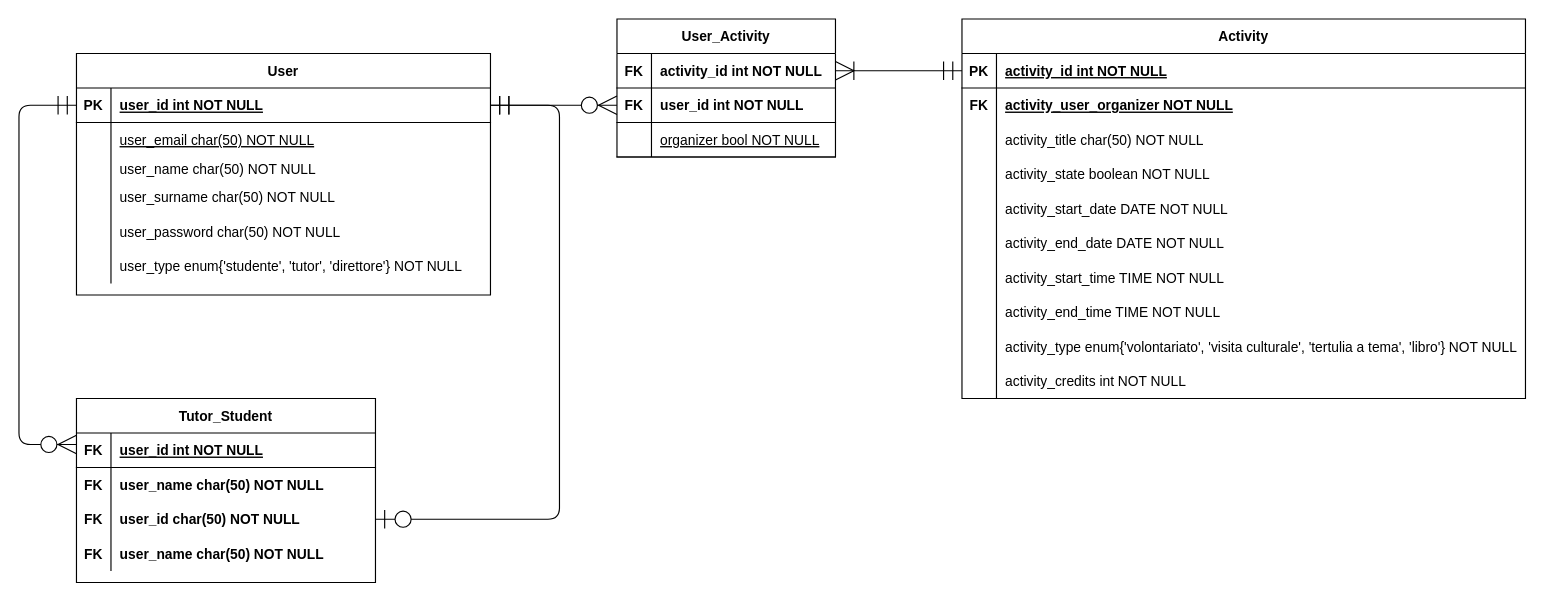
Vincenzo-Maria-Caladra/Prova-Finale-Ingegneria-del-Software keeps this draw.io diagram as ER_DB_Diagram.drawio. Above is the earlier version. Source tidied: cells renumbered, new cells numbered last; positions are measured from the earlier drawing's top-left corner, leaving out a move shared by most shapes. Both pictures are drawn from the tidied source at 115%, with x=0, y=0 at pixel (18, 18).
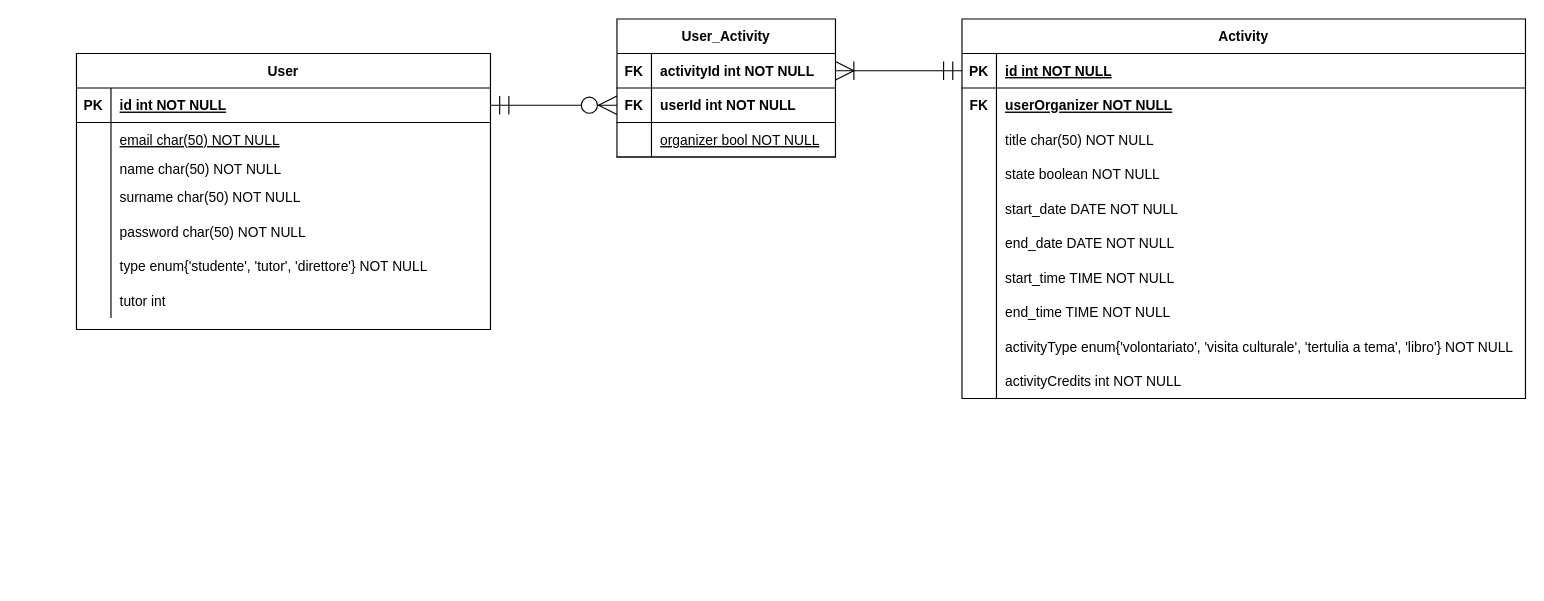
The same diagram, later.

Unchanged cells that the change refers to:
```xml
<mxCell id="3" style="shape=partialRectangle;fillColor=none;top=0;left=0;bottom=1;right=0;points=[[0,0.5],[1,0.5]];portConstraint=eastwest;fontStyle=0;" parent="2" vertex="1">
  <mxGeometry y="30" width="490" height="30" as="geometry" />
</mxCell>
<mxCell id="6" style="shape=partialRectangle;fillColor=none;top=0;left=0;bottom=0;right=0;fontStyle=0;" parent="2" vertex="1">
  <mxGeometry y="60" width="490" height="30" as="geometry" />
</mxCell>
<mxCell id="9" style="shape=partialRectangle;fillColor=none;top=0;left=0;bottom=0;right=0;fontStyle=0;" parent="2" vertex="1">
  <mxGeometry y="90" width="490" height="30" as="geometry" />
</mxCell>
<mxCell id="12" style="shape=partialRectangle;fillColor=none;top=0;left=0;bottom=0;right=0;fontStyle=0;" parent="2" vertex="1">
  <mxGeometry y="120" width="490" height="30" as="geometry" />
</mxCell>
<mxCell id="15" style="shape=partialRectangle;fillColor=none;top=0;left=0;bottom=0;right=0;fontStyle=0;" parent="2" vertex="1">
  <mxGeometry y="150" width="490" height="30" as="geometry" />
</mxCell>
<mxCell id="18" style="shape=partialRectangle;fillColor=none;top=0;left=0;bottom=0;right=0;fontStyle=0;" parent="2" vertex="1">
  <mxGeometry y="180" width="490" height="30" as="geometry" />
</mxCell>
<mxCell id="21" style="shape=partialRectangle;fillColor=none;top=0;left=0;bottom=0;right=0;fontStyle=0;" parent="2" vertex="1">
  <mxGeometry y="210" width="490" height="30" as="geometry" />
</mxCell>
<mxCell id="24" style="shape=partialRectangle;fillColor=none;top=0;left=0;bottom=0;right=0;fontStyle=0;" parent="2" vertex="1">
  <mxGeometry y="240" width="490" height="30" as="geometry" />
</mxCell>
<mxCell id="27" style="shape=partialRectangle;fillColor=none;top=0;left=0;bottom=0;right=0;fontStyle=0;" parent="2" vertex="1">
  <mxGeometry y="270" width="490" height="30" as="geometry" />
</mxCell>
<mxCell id="30" style="shape=partialRectangle;fillColor=none;top=0;left=0;bottom=0;right=0;fontStyle=0;" parent="2" vertex="1">
  <mxGeometry y="300" width="490" height="30" as="geometry" />
</mxCell>
<mxCell id="47" style="shape=partialRectangle;fillColor=none;points=[[0,0.5],[1,0.5]];portConstraint=eastwest;top=0;left=0;right=0;bottom=1;" parent="46" vertex="1">
  <mxGeometry y="30" width="360" height="30" as="geometry" />
</mxCell>
<mxCell id="50" style="shape=partialRectangle;fillColor=none;top=0;left=0;right=0;bottom=0;" parent="46" vertex="1">
  <mxGeometry y="60" width="360" height="30" as="geometry" />
</mxCell>
<mxCell id="53" style="shape=partialRectangle;fillColor=none;top=0;left=0;right=0;bottom=0;" parent="46" vertex="1">
  <mxGeometry y="90" width="360" height="20" as="geometry" />
</mxCell>
<mxCell id="56" style="shape=partialRectangle;fillColor=none;top=0;left=0;right=0;bottom=0;" parent="46" vertex="1">
  <mxGeometry y="110" width="360" height="30" as="geometry" />
</mxCell>
<mxCell id="59" style="shape=partialRectangle;fillColor=none;top=0;left=0;right=0;bottom=0;" parent="46" vertex="1">
  <mxGeometry y="140" width="360" height="30" as="geometry" />
</mxCell>
<mxCell id="62" style="shape=partialRectangle;fillColor=none;top=0;left=0;right=0;bottom=0;" parent="46" vertex="1">
  <mxGeometry y="170" width="360" height="30" as="geometry" />
</mxCell>
<mxCell id="66" style="shape=partialRectangle;fillColor=none;top=0;left=0;bottom=1;right=0;points=[[0,0.5],[1,0.5]];portConstraint=eastwest;" parent="65" vertex="1">
  <mxGeometry y="30" width="190" height="30" as="geometry" />
</mxCell>
<mxCell id="69" style="shape=partialRectangle;fillColor=none;top=0;left=0;bottom=1;right=0;points=[[0,0.5],[1,0.5]];portConstraint=eastwest;" parent="65" vertex="1">
  <mxGeometry y="60" width="190" height="30" as="geometry" />
</mxCell>
```

Change to the diagram source:
```diff
@@
-    <mxCell id="5" value="activity_id int NOT NULL" style="shape=partialRectangle;fillColor=none;top=0;left=0;bottom=0;right=0;align=left;spacingLeft=6;fontStyle=5;overflow=hidden;" parent="3" vertex="1">
+    <mxCell id="5" value="id int NOT NULL" style="shape=partialRectangle;fillColor=none;top=0;left=0;bottom=0;right=0;align=left;spacingLeft=6;fontStyle=5;overflow=hidden;" parent="3" vertex="1">
       <mxGeometry x="30" width="460" height="30" as="geometry" />
     </mxCell>
@@
-    <mxCell id="8" value="activity_user_organizer NOT NULL" style="shape=partialRectangle;fillColor=none;top=0;left=0;bottom=0;right=0;align=left;spacingLeft=6;overflow=hidden;fontStyle=5;" parent="6" vertex="1">
+    <mxCell id="8" value="userOrganizer NOT NULL" style="shape=partialRectangle;fillColor=none;top=0;left=0;bottom=0;right=0;align=left;spacingLeft=6;overflow=hidden;fontStyle=5;" parent="6" vertex="1">
       <mxGeometry x="30" width="460" height="30" as="geometry" />
     </mxCell>
@@
-    <mxCell id="11" value="activity_title char(50) NOT NULL" style="shape=partialRectangle;fillColor=none;top=0;left=0;bottom=0;right=0;align=left;spacingLeft=6;overflow=hidden;fontStyle=0;" parent="9" vertex="1">
+    <mxCell id="11" value="title char(50) NOT NULL" style="shape=partialRectangle;fillColor=none;top=0;left=0;bottom=0;right=0;align=left;spacingLeft=6;overflow=hidden;fontStyle=0;" parent="9" vertex="1">
       <mxGeometry x="30" width="460" height="30" as="geometry" />
     </mxCell>
@@
-    <mxCell id="14" value="activity_state boolean NOT NULL" style="shape=partialRectangle;fillColor=none;top=0;left=0;bottom=0;right=0;align=left;spacingLeft=6;overflow=hidden;fontStyle=0;" parent="12" vertex="1">
+    <mxCell id="14" value="state boolean NOT NULL" style="shape=partialRectangle;fillColor=none;top=0;left=0;bottom=0;right=0;align=left;spacingLeft=6;overflow=hidden;fontStyle=0;" parent="12" vertex="1">
       <mxGeometry x="30" width="460" height="30" as="geometry" />
     </mxCell>
@@
-    <mxCell id="17" value="activity_start_date DATE NOT NULL" style="shape=partialRectangle;fillColor=none;top=0;left=0;bottom=0;right=0;align=left;spacingLeft=6;overflow=hidden;fontStyle=0;" parent="15" vertex="1">
+    <mxCell id="17" value="start_date DATE NOT NULL" style="shape=partialRectangle;fillColor=none;top=0;left=0;bottom=0;right=0;align=left;spacingLeft=6;overflow=hidden;fontStyle=0;" parent="15" vertex="1">
       <mxGeometry x="30" width="460" height="30" as="geometry" />
     </mxCell>
@@
-    <mxCell id="20" value="activity_end_date DATE NOT NULL" style="shape=partialRectangle;fillColor=none;top=0;left=0;bottom=0;right=0;align=left;spacingLeft=6;overflow=hidden;fontStyle=0;" parent="18" vertex="1">
+    <mxCell id="20" value="end_date DATE NOT NULL" style="shape=partialRectangle;fillColor=none;top=0;left=0;bottom=0;right=0;align=left;spacingLeft=6;overflow=hidden;fontStyle=0;" parent="18" vertex="1">
       <mxGeometry x="30" width="460" height="30" as="geometry" />
     </mxCell>
@@
-    <mxCell id="23" value="activity_start_time TIME NOT NULL" style="shape=partialRectangle;fillColor=none;top=0;left=0;bottom=0;right=0;align=left;spacingLeft=6;overflow=hidden;fontStyle=0;" parent="21" vertex="1">
+    <mxCell id="23" value="start_time TIME NOT NULL" style="shape=partialRectangle;fillColor=none;top=0;left=0;bottom=0;right=0;align=left;spacingLeft=6;overflow=hidden;fontStyle=0;" parent="21" vertex="1">
       <mxGeometry x="30" width="460" height="30" as="geometry" />
     </mxCell>
@@
-    <mxCell id="26" value="activity_end_time TIME NOT NULL" style="shape=partialRectangle;fillColor=none;top=0;left=0;bottom=0;right=0;align=left;spacingLeft=6;overflow=hidden;fontStyle=0;" parent="24" vertex="1">
+    <mxCell id="26" value="end_time TIME NOT NULL" style="shape=partialRectangle;fillColor=none;top=0;left=0;bottom=0;right=0;align=left;spacingLeft=6;overflow=hidden;fontStyle=0;" parent="24" vertex="1">
       <mxGeometry x="30" width="460" height="30" as="geometry" />
     </mxCell>
@@
-    <mxCell id="29" value="activity_type enum{'volontariato', 'visita culturale', 'tertulia a tema', 'libro'} NOT NULL" style="shape=partialRectangle;fillColor=none;top=0;left=0;bottom=0;right=0;align=left;spacingLeft=6;overflow=hidden;fontStyle=0;" parent="27" vertex="1">
+    <mxCell id="29" value="activityType enum{'volontariato', 'visita culturale', 'tertulia a tema', 'libro'} NOT NULL" style="shape=partialRectangle;fillColor=none;top=0;left=0;bottom=0;right=0;align=left;spacingLeft=6;overflow=hidden;fontStyle=0;" parent="27" vertex="1">
       <mxGeometry x="30" width="460" height="30" as="geometry" />
     </mxCell>
@@
-    <mxCell id="32" value="activity_credits int NOT NULL" style="shape=partialRectangle;fillColor=none;top=0;left=0;bottom=0;right=0;align=left;spacingLeft=6;overflow=hidden;fontStyle=0;" parent="30" vertex="1">
+    <mxCell id="32" value="activityCredits int NOT NULL" style="shape=partialRectangle;fillColor=none;top=0;left=0;bottom=0;right=0;align=left;spacingLeft=6;overflow=hidden;fontStyle=0;" parent="30" vertex="1">
       <mxGeometry x="30" width="460" height="30" as="geometry" />
     </mxCell>
-    <mxCell id="33" value="Tutor_Student" style="shape=table;startSize=30;childLayout=tableLayout;rowLines=0;fontStyle=1;align=center;hachureGap=4;fillColor=none;" parent="1" vertex="1">
-      <mxGeometry x="50" y="330" width="260" height="160" as="geometry" />
-    </mxCell>
-    <mxCell id="34" style="shape=partialRectangle;fillColor=none;top=0;left=0;bottom=1;right=0;" parent="33" vertex="1">
-      <mxGeometry y="30" width="260" height="30" as="geometry" />
-    </mxCell>
-    <mxCell id="35" value="FK" style="shape=partialRectangle;fillColor=none;top=0;left=0;bottom=0;right=0;fontStyle=1;overflow=hidden;" parent="34" vertex="1">
-      <mxGeometry width="30" height="30" as="geometry" />
-    </mxCell>
-    <mxCell id="36" value="user_id int NOT NULL" style="shape=partialRectangle;fillColor=none;top=0;left=0;bottom=0;right=0;align=left;spacingLeft=6;fontStyle=5;overflow=hidden;" parent="34" vertex="1">
-      <mxGeometry x="30" width="230" height="30" as="geometry" />
-    </mxCell>
-    <mxCell id="37" style="shape=partialRectangle;fillColor=none;top=0;left=0;bottom=0;right=0;" parent="33" vertex="1">
-      <mxGeometry y="60" width="260" height="30" as="geometry" />
-    </mxCell>
-    <mxCell id="38" value="FK" style="shape=partialRectangle;fillColor=none;top=0;left=0;bottom=0;right=0;overflow=hidden;fontStyle=1;" parent="37" vertex="1">
-      <mxGeometry width="30" height="30" as="geometry" />
-    </mxCell>
-    <mxCell id="39" value="user_name char(50) NOT NULL" style="shape=partialRectangle;fillColor=none;top=0;left=0;bottom=0;right=0;align=left;spacingLeft=6;overflow=hidden;fontStyle=1;" parent="37" vertex="1">
-      <mxGeometry x="30" width="230" height="30" as="geometry" />
-    </mxCell>
-    <mxCell id="40" style="shape=partialRectangle;fillColor=none;top=0;left=0;bottom=0;right=0;points=[[0,0.5],[1,0.5]];portConstraint=eastwest;" parent="33" vertex="1">
-      <mxGeometry y="90" width="260" height="30" as="geometry" />
-    </mxCell>
-    <mxCell id="41" value="FK" style="shape=partialRectangle;fillColor=none;top=0;left=0;bottom=0;right=0;overflow=hidden;fontStyle=1;" parent="40" vertex="1">
-      <mxGeometry width="30" height="30" as="geometry" />
-    </mxCell>
-    <mxCell id="42" value="user_id char(50) NOT NULL" style="shape=partialRectangle;fillColor=none;top=0;left=0;bottom=0;right=0;align=left;spacingLeft=6;overflow=hidden;fontStyle=1;" parent="40" vertex="1">
-      <mxGeometry x="30" width="230" height="30" as="geometry" />
-    </mxCell>
-    <mxCell id="43" style="shape=partialRectangle;fillColor=none;top=0;left=0;bottom=0;right=0;" parent="33" vertex="1">
-      <mxGeometry y="120" width="260" height="30" as="geometry" />
-    </mxCell>
-    <mxCell id="44" value="FK" style="shape=partialRectangle;fillColor=none;top=0;left=0;bottom=0;right=0;overflow=hidden;fontStyle=1;" parent="43" vertex="1">
-      <mxGeometry width="30" height="30" as="geometry" />
-    </mxCell>
-    <mxCell id="45" value="user_name char(50) NOT NULL" style="shape=partialRectangle;fillColor=none;top=0;left=0;bottom=0;right=0;align=left;spacingLeft=6;overflow=hidden;fontStyle=1;" parent="43" vertex="1">
-      <mxGeometry x="30" width="230" height="30" as="geometry" />
-    </mxCell>
     <mxCell id="46" value="User" style="shape=table;startSize=30;childLayout=tableLayout;rowLines=0;fontStyle=1;align=center;" parent="1" vertex="1">
-      <mxGeometry x="50" y="30" width="360" height="210" as="geometry" />
+      <mxGeometry x="50" y="30" width="360" height="240" as="geometry" />
     </mxCell>
@@
-    <mxCell id="49" value="user_id int NOT NULL " style="shape=partialRectangle;overflow=hidden;fillColor=none;top=0;left=0;bottom=0;right=0;align=left;spacingLeft=6;fontStyle=5;" parent="47" vertex="1">
+    <mxCell id="49" value="id int NOT NULL " style="shape=partialRectangle;overflow=hidden;fillColor=none;top=0;left=0;bottom=0;right=0;align=left;spacingLeft=6;fontStyle=5;" parent="47" vertex="1">
       <mxGeometry x="30" width="330" height="30" as="geometry" />
     </mxCell>
@@
-    <mxCell id="52" value="user_email char(50) NOT NULL" style="shape=partialRectangle;overflow=hidden;fillColor=none;top=0;left=0;bottom=0;right=0;align=left;spacingLeft=6;fontStyle=4;" parent="50" vertex="1">
+    <mxCell id="52" value="email char(50) NOT NULL" style="shape=partialRectangle;overflow=hidden;fillColor=none;top=0;left=0;bottom=0;right=0;align=left;spacingLeft=6;fontStyle=4;" parent="50" vertex="1">
       <mxGeometry x="30" width="330" height="30" as="geometry" />
     </mxCell>
@@
-    <mxCell id="55" value="user_name char(50) NOT NULL" style="shape=partialRectangle;overflow=hidden;fillColor=none;top=0;left=0;bottom=0;right=0;align=left;spacingLeft=6;" parent="53" vertex="1">
+    <mxCell id="55" value="name char(50) NOT NULL" style="shape=partialRectangle;overflow=hidden;fillColor=none;top=0;left=0;bottom=0;right=0;align=left;spacingLeft=6;" parent="53" vertex="1">
       <mxGeometry x="30" width="330" height="20" as="geometry" />
     </mxCell>
@@
-    <mxCell id="58" value="user_surname char(50) NOT NULL" style="shape=partialRectangle;overflow=hidden;fillColor=none;top=0;left=0;bottom=0;right=0;align=left;spacingLeft=6;" parent="56" vertex="1">
+    <mxCell id="58" value="surname char(50) NOT NULL" style="shape=partialRectangle;overflow=hidden;fillColor=none;top=0;left=0;bottom=0;right=0;align=left;spacingLeft=6;" parent="56" vertex="1">
       <mxGeometry x="30" width="330" height="30" as="geometry" />
     </mxCell>
@@
-    <mxCell id="61" value="user_password char(50) NOT NULL" style="shape=partialRectangle;overflow=hidden;fillColor=none;top=0;left=0;bottom=0;right=0;align=left;spacingLeft=6;" parent="59" vertex="1">
+    <mxCell id="61" value="password char(50) NOT NULL" style="shape=partialRectangle;overflow=hidden;fillColor=none;top=0;left=0;bottom=0;right=0;align=left;spacingLeft=6;" parent="59" vertex="1">
       <mxGeometry x="30" width="330" height="30" as="geometry" />
     </mxCell>
@@
-    <mxCell id="64" value="user_type enum{'studente', 'tutor', 'direttore'} NOT NULL" style="shape=partialRectangle;overflow=hidden;fillColor=none;top=0;left=0;bottom=0;right=0;align=left;spacingLeft=6;" parent="62" vertex="1">
+    <mxCell id="64" value="type enum{'studente', 'tutor', 'direttore'} NOT NULL" style="shape=partialRectangle;overflow=hidden;fillColor=none;top=0;left=0;bottom=0;right=0;align=left;spacingLeft=6;" parent="62" vertex="1">
       <mxGeometry x="30" width="330" height="30" as="geometry" />
     </mxCell>
+    <mxCell id="79" style="shape=partialRectangle;fillColor=none;top=0;left=0;right=0;bottom=0;" parent="46" vertex="1">
+      <mxGeometry y="200" width="360" height="30" as="geometry" />
+    </mxCell>
+    <mxCell id="80" style="shape=partialRectangle;overflow=hidden;fillColor=none;top=0;left=0;bottom=0;right=0;" parent="79" vertex="1">
+      <mxGeometry width="30" height="30" as="geometry" />
+    </mxCell>
+    <mxCell id="81" value="tutor int" style="shape=partialRectangle;overflow=hidden;fillColor=none;top=0;left=0;bottom=0;right=0;align=left;spacingLeft=6;" parent="79" vertex="1">
+      <mxGeometry x="30" width="330" height="30" as="geometry" />
+    </mxCell>
@@
-    <mxCell id="68" value="activity_id int NOT NULL" style="shape=partialRectangle;fillColor=none;top=0;left=0;bottom=0;right=0;align=left;spacingLeft=6;fontStyle=1;overflow=hidden;" parent="66" vertex="1">
+    <mxCell id="68" value="activityId int NOT NULL" style="shape=partialRectangle;fillColor=none;top=0;left=0;bottom=0;right=0;align=left;spacingLeft=6;fontStyle=1;overflow=hidden;" parent="66" vertex="1">
       <mxGeometry x="30" width="160" height="30" as="geometry" />
     </mxCell>
@@
-    <mxCell id="71" value="user_id int NOT NULL" style="shape=partialRectangle;fillColor=none;top=0;left=0;bottom=0;right=0;align=left;spacingLeft=6;fontStyle=1;overflow=hidden;" parent="69" vertex="1">
+    <mxCell id="71" value="userId int NOT NULL" style="shape=partialRectangle;fillColor=none;top=0;left=0;bottom=0;right=0;align=left;spacingLeft=6;fontStyle=1;overflow=hidden;" parent="69" vertex="1">
       <mxGeometry x="30" width="160" height="30" as="geometry" />
     </mxCell>
@@
-    <mxCell id="77" style="edgeStyle=elbowEdgeStyle;fontSize=12;html=1;endArrow=ERzeroToOne;startArrow=ERmandOne;startSize=14;endSize=14;sourcePerimeterSpacing=8;targetPerimeterSpacing=8;entryX=1;entryY=0.5;entryDx=0;entryDy=0;exitX=1;exitY=0.5;exitDx=0;exitDy=0;" parent="1" edge="1" source="47" target="40">
-      <mxGeometry relative="1" as="geometry">
-        <Array as="points">
-          <mxPoint x="470" y="290" />
-        </Array>
-      </mxGeometry>
-    </mxCell>
-    <mxCell id="78" style="edgeStyle=elbowEdgeStyle;fontSize=12;html=1;endArrow=ERzeroToMany;startArrow=ERmandOne;startSize=14;endSize=14;sourcePerimeterSpacing=8;targetPerimeterSpacing=8;exitX=0;exitY=0.5;exitDx=0;exitDy=0;" parent="1" edge="1" source="47">
-      <mxGeometry relative="1" as="geometry">
-        <mxPoint x="50" y="370" as="targetPoint" />
-        <Array as="points">
-          <mxPoint y="230" />
-          <mxPoint x="10" y="228" />
-        </Array>
-      </mxGeometry>
-    </mxCell>
```
